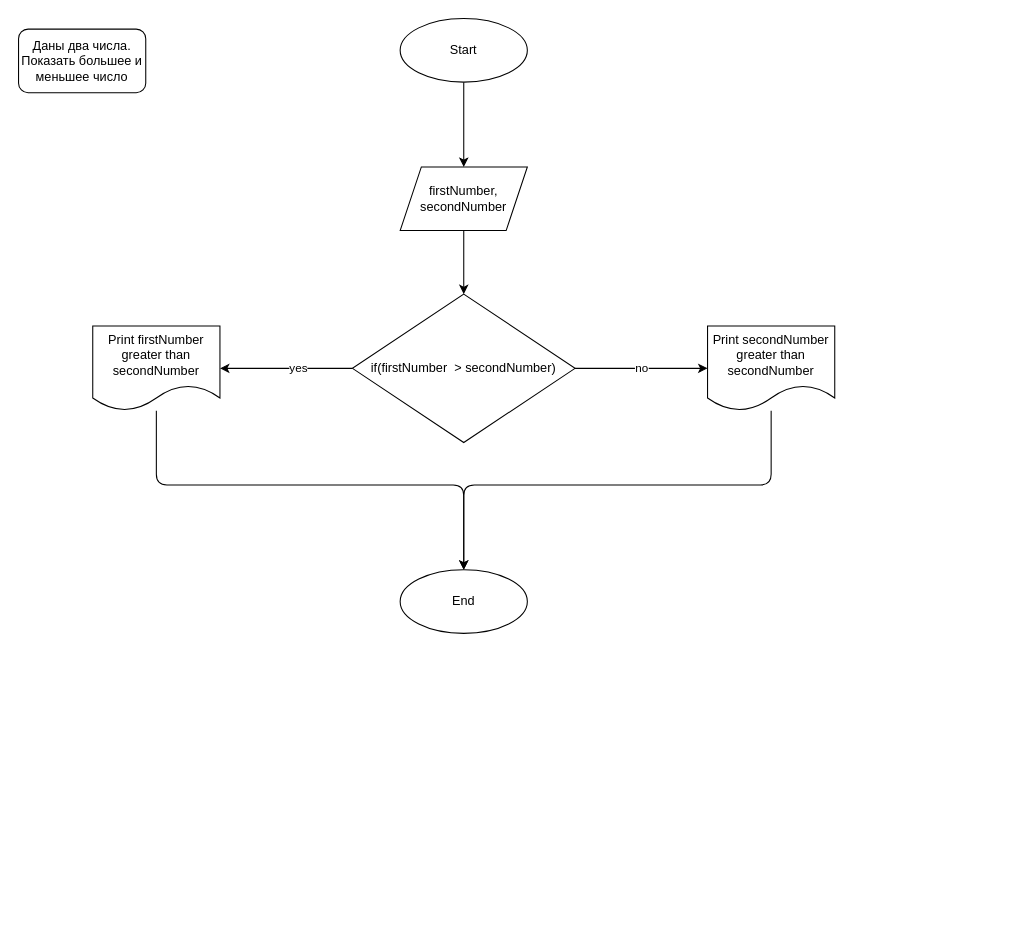
The draw.io diagram Task2ShowLessNumberAndGreaterNumber/flowchart.drawio in Fostix/LoLTasks, before the edit. Source tidied: cells renumbered, new cells numbered last; positions are measured from the earlier drawing's top-left corner, leaving out a move shared by most shapes. Both pictures are drawn from the tidied source at 106%, with x=0, y=0 at pixel (18, 18).
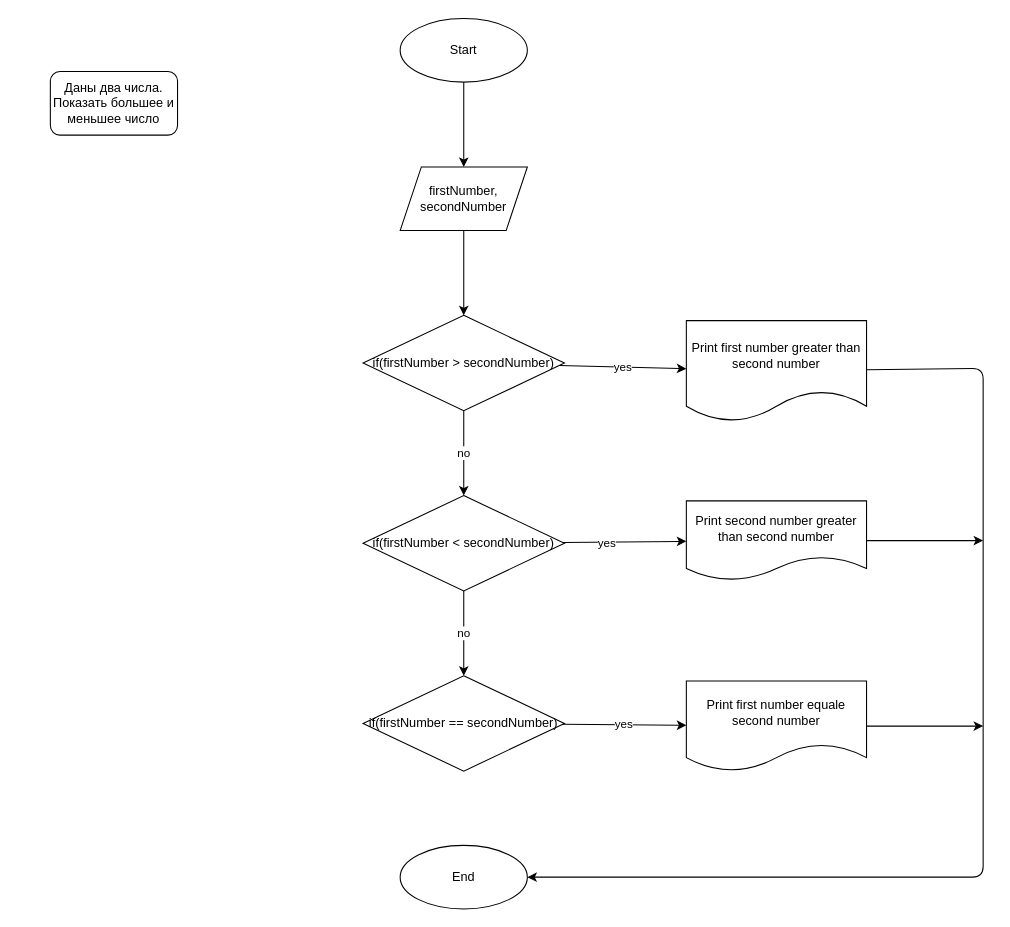
The same page after the edit.

Commit message (it also covers changes not shown here):
task 2 show less number and greater number corrected the mistake

The edit, as a diff of the source:
```diff
@@
     <mxCell id="4" value="Даны два числа. Показать большее и меньшее число" style="rounded=1;whiteSpace=wrap;html=1;" parent="1" vertex="1">
-      <mxGeometry y="10" width="120" height="60" as="geometry" />
+      <mxGeometry x="30" y="50" width="120" height="60" as="geometry" />
     </mxCell>
@@
-    <mxCell id="7" style="edgeStyle=none;html=1;" parent="1" edge="1" source="10" target="12">
-      <mxGeometry relative="1" as="geometry" />
-    </mxCell>
+    <mxCell id="16" value="no" style="edgeStyle=none;html=1;" parent="1" edge="1" source="10" target="20">
+      <mxGeometry relative="1" as="geometry" />
+    </mxCell>
+    <mxCell id="17" value="yes" style="edgeStyle=none;html=1;" parent="1" edge="1" source="10" target="24">
+      <mxGeometry relative="1" as="geometry" />
+    </mxCell>
+    <mxCell id="10" value="if(firstNumber &amp;gt; secondNumber)" style="rhombus;whiteSpace=wrap;html=1;" parent="1" vertex="1">
+      <mxGeometry x="325" y="280" width="190" height="90" as="geometry" />
+    </mxCell>
+    <mxCell id="18" value="no" style="edgeStyle=none;html=1;" parent="1" edge="1" source="20" target="22">
+      <mxGeometry relative="1" as="geometry" />
+    </mxCell>
+    <mxCell id="19" style="edgeStyle=none;html=1;" parent="1" edge="1" source="20" target="26">
+      <mxGeometry relative="1" as="geometry" />
+    </mxCell>
-    <mxCell id="8" value="yes" style="edgeLabel;html=1;align=center;verticalAlign=middle;" parent="7" vertex="1">
-      <mxGeometry x="-0.17" y="-1" relative="1" as="geometry" />
+    <mxCell id="8" value="yes" style="edgeLabel;html=1;align=center;verticalAlign=middle;" parent="19" vertex="1">
+      <mxGeometry x="-0.3" y="-1" relative="1" as="geometry" />
     </mxCell>
-    <mxCell id="9" value="no" style="edgeStyle=none;html=1;" parent="1" edge="1" source="10" target="14">
-      <mxGeometry relative="1" as="geometry" />
-    </mxCell>
-    <mxCell id="10" value="if(firstNumber&amp;nbsp; &amp;gt; secondNumber)" style="rhombus;whiteSpace=wrap;html=1;" parent="1" vertex="1">
-      <mxGeometry x="315" y="260" width="210" height="140" as="geometry" />
-    </mxCell>
-    <mxCell id="11" style="edgeStyle=none;html=1;" parent="1" edge="1" source="12" target="15">
-      <mxGeometry relative="1" as="geometry">
-        <Array as="points">
-          <mxPoint x="130" y="440" />
-          <mxPoint x="420" y="440" />
-        </Array>
-      </mxGeometry>
-    </mxCell>
-    <mxCell id="12" value="Print firstNumber greater than secondNumber" style="shape=document;whiteSpace=wrap;html=1;boundedLbl=1;" parent="1" vertex="1">
-      <mxGeometry x="70" y="290" width="120" height="80" as="geometry" />
-    </mxCell>
-    <mxCell id="13" style="edgeStyle=none;html=1;" parent="1" edge="1" source="14">
-      <mxGeometry relative="1" as="geometry">
-        <mxPoint x="420" y="520" as="targetPoint" />
-        <Array as="points">
-          <mxPoint x="710" y="440" />
-          <mxPoint x="420" y="440" />
-        </Array>
-      </mxGeometry>
-    </mxCell>
-    <mxCell id="14" value="Print secondNumber greater than secondNumber" style="shape=document;whiteSpace=wrap;html=1;boundedLbl=1;" parent="1" vertex="1">
-      <mxGeometry x="650" y="290" width="120" height="80" as="geometry" />
-    </mxCell>
+    <mxCell id="20" value="if(firstNumber &amp;lt; secondNumber)" style="rhombus;whiteSpace=wrap;html=1;" parent="1" vertex="1">
+      <mxGeometry x="325" y="450" width="190" height="90" as="geometry" />
+    </mxCell>
+    <mxCell id="21" value="yes" style="edgeStyle=none;html=1;" parent="1" edge="1" source="22" target="28">
+      <mxGeometry relative="1" as="geometry" />
+    </mxCell>
+    <mxCell id="22" value="if(firstNumber == secondNumber)" style="rhombus;whiteSpace=wrap;html=1;" parent="1" vertex="1">
+      <mxGeometry x="325" y="620" width="190" height="90" as="geometry" />
+    </mxCell>
+    <mxCell id="23" style="edgeStyle=none;html=1;" parent="1" edge="1" source="24" target="15">
+      <mxGeometry relative="1" as="geometry">
+        <Array as="points">
+          <mxPoint x="910" y="330" />
+          <mxPoint x="910" y="810" />
+        </Array>
+      </mxGeometry>
+    </mxCell>
+    <mxCell id="24" value="Print first number greater than second number" style="shape=document;whiteSpace=wrap;html=1;boundedLbl=1;" parent="1" vertex="1">
+      <mxGeometry x="630" y="285" width="170" height="95" as="geometry" />
+    </mxCell>
+    <mxCell id="25" style="edgeStyle=none;html=1;" parent="1" edge="1" source="26">
+      <mxGeometry relative="1" as="geometry">
+        <mxPoint x="910" y="492.5" as="targetPoint" />
+      </mxGeometry>
+    </mxCell>
+    <mxCell id="26" value="Print second number greater than second number" style="shape=document;whiteSpace=wrap;html=1;boundedLbl=1;" parent="1" vertex="1">
+      <mxGeometry x="630" y="455" width="170" height="75" as="geometry" />
+    </mxCell>
+    <mxCell id="27" style="edgeStyle=none;html=1;" parent="1" edge="1" source="28">
+      <mxGeometry relative="1" as="geometry">
+        <mxPoint x="910" y="667.5" as="targetPoint" />
+      </mxGeometry>
+    </mxCell>
+    <mxCell id="28" value="Print first number equale second number" style="shape=document;whiteSpace=wrap;html=1;boundedLbl=1;" parent="1" vertex="1">
+      <mxGeometry x="630" y="625" width="170" height="85" as="geometry" />
+    </mxCell>
     <mxCell id="15" value="End" style="ellipse;whiteSpace=wrap;html=1;" parent="1" vertex="1">
-      <mxGeometry x="360" y="520" width="120" height="60" as="geometry" />
+      <mxGeometry x="360" y="780" width="120" height="60" as="geometry" />
     </mxCell>
```
